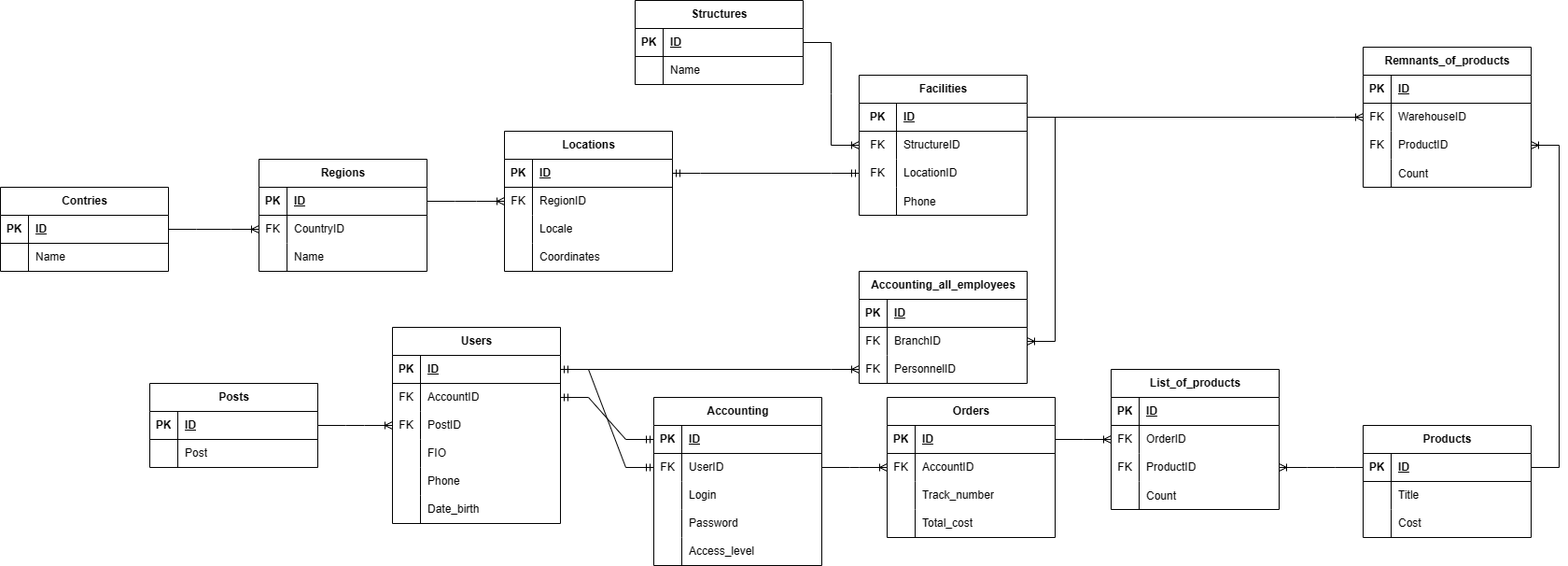
JustKingYT1/demo_app keeps this draw.io diagram as docs/uml/shesterochkaDB.drawio.png. Above is the earlier version. Source tidied: cells renumbered, new cells last; positions are measured from the earlier drawing's top-left corner, leaving out a move shared by most shapes.
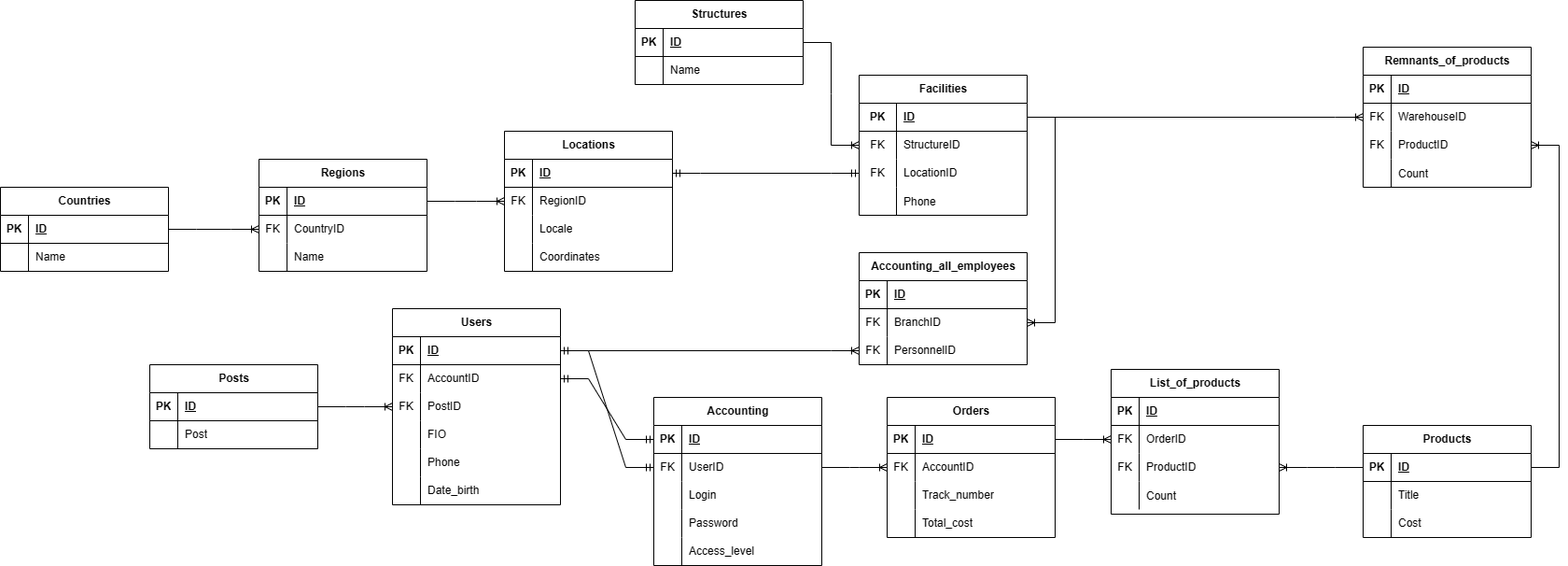
After the commit.

Change to the diagram source:
```diff
@@ -119,7 +119,7 @@
     <mxCell id="40" value="Name" style="shape=partialRectangle;fillColor=none;top=0;left=0;bottom=0;right=0;align=left;spacingLeft=6;overflow=hidden;whiteSpace=wrap;html=1;" parent="38" vertex="1">
       <mxGeometry x="30" width="150" height="30" as="geometry" />
     </mxCell>
-    <mxCell id="41" value="Contries" style="shape=table;startSize=30;rowLines=0;fontStyle=1;align=center;html=1;" parent="1" vertex="1">
+    <mxCell id="41" value="Countries" style="shape=table;startSize=30;rowLines=0;fontStyle=1;align=center;html=1;" parent="1" vertex="1">
       <mxGeometry y="200" width="180" height="90" as="geometry" />
     </mxCell>
     <mxCell id="42" style="shape=tableRow;horizontal=0;startSize=0;swimlaneHead=0;swimlaneBody=0;fillColor=none;points=[[0,0.5],[1,0.5]];portConstraint=eastwest;top=0;left=0;right=0;bottom=1;" parent="41" vertex="1">
@@ -144,7 +144,7 @@
       <mxGeometry relative="1" as="geometry" />
     </mxCell>
     <mxCell id="49" value="Users" style="shape=table;startSize=30;rowLines=0;fontStyle=1;align=center;html=1;" parent="1" vertex="1">
-      <mxGeometry x="420" y="350" width="180" height="210" as="geometry" />
+      <mxGeometry x="420" y="330" width="180" height="210" as="geometry" />
     </mxCell>
     <mxCell id="50" style="shape=tableRow;horizontal=0;startSize=0;swimlaneHead=0;swimlaneBody=0;fillColor=none;points=[[0,0.5],[1,0.5]];portConstraint=eastwest;top=0;left=0;right=0;bottom=1;" parent="49" vertex="1">
       <mxGeometry y="30" width="180" height="30" as="geometry" />
@@ -210,7 +210,7 @@
       <mxGeometry relative="1" as="geometry" />
     </mxCell>
     <mxCell id="71" value="Posts" style="shape=table;startSize=30;rowLines=0;fontStyle=1;align=center;html=1;" parent="1" vertex="1">
-      <mxGeometry x="160" y="410" width="180" height="90" as="geometry" />
+      <mxGeometry x="160" y="390" width="180" height="90" as="geometry" />
     </mxCell>
     <mxCell id="72" style="shape=tableRow;horizontal=0;startSize=0;swimlaneHead=0;swimlaneBody=0;fillColor=none;points=[[0,0.5],[1,0.5]];portConstraint=eastwest;top=0;left=0;right=0;bottom=1;" parent="71" vertex="1">
       <mxGeometry y="30" width="180" height="30" as="geometry" />
@@ -306,7 +306,7 @@
       <mxGeometry x="30" width="150" height="30" as="geometry" />
     </mxCell>
     <mxCell id="103" value="List_of_products" style="shape=table;startSize=30;rowLines=0;fontStyle=1;align=center;html=1;" parent="1" vertex="1">
-      <mxGeometry x="1190" y="395" width="180" height="150" as="geometry" />
+      <mxGeometry x="1190" y="395" width="180" height="155" as="geometry" />
     </mxCell>
     <mxCell id="104" style="shape=tableRow;horizontal=0;startSize=0;swimlaneHead=0;swimlaneBody=0;fillColor=none;top=0;left=0;right=0;bottom=1;" parent="103" vertex="1">
       <mxGeometry y="30" width="180" height="30" as="geometry" />
@@ -451,7 +451,7 @@
       </mxGeometry>
     </mxCell>
     <mxCell id="148" value="Accounting_all_employees" style="shape=table;startSize=30;rowLines=0;fontStyle=1;align=center;html=1;" parent="1" vertex="1">
-      <mxGeometry x="920" y="290" width="180" height="120" as="geometry" />
+      <mxGeometry x="920" y="270" width="180" height="120" as="geometry" />
     </mxCell>
     <mxCell id="149" style="shape=tableRow;horizontal=0;startSize=0;swimlaneHead=0;swimlaneBody=0;fillColor=none;top=0;left=0;right=0;bottom=1;" parent="148" vertex="1">
       <mxGeometry y="30" width="180" height="30" as="geometry" />
```
